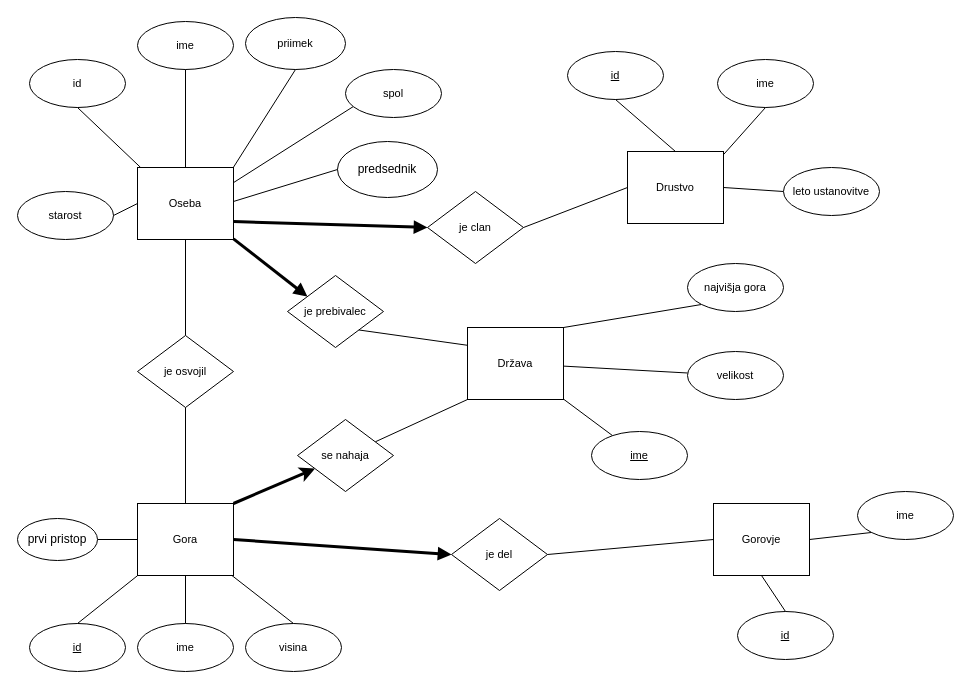
Before: Diagram/Pohodnistvo diagram.drawio in kokosinekm/Pohodnistvo, a draw.io diagram. Source tidied: cells renumbered, new cells numbered last; positions are measured from the earlier drawing's top-left corner, leaving out a move shared by most shapes. Both pictures are drawn from the tidied source at 100%, with x=0, y=0 at pixel (17, 17).
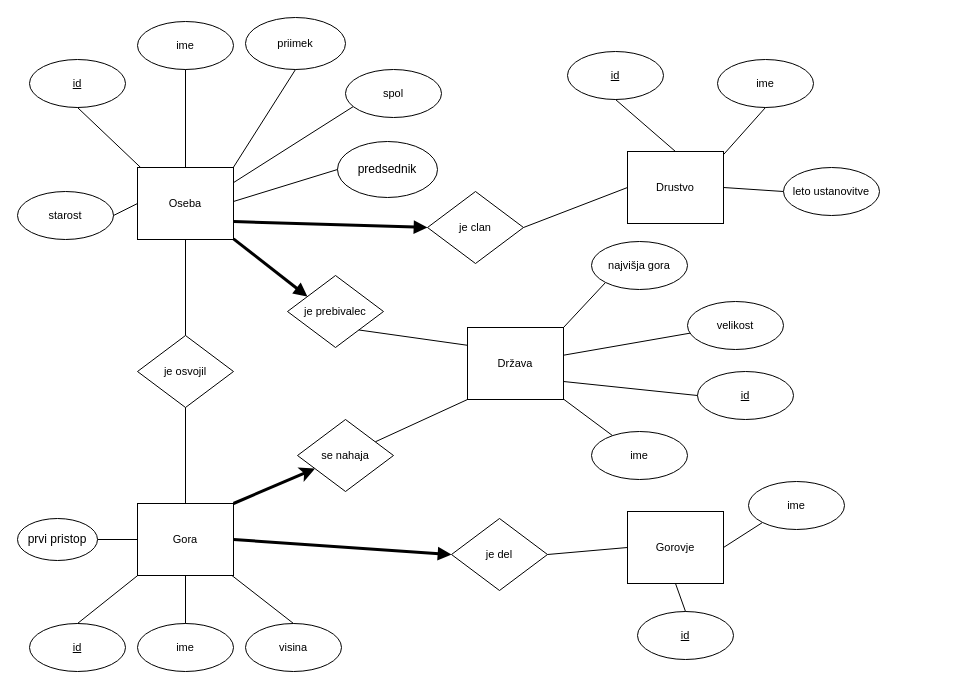
The same diagram, later.

Commit message (it also covers changes not shown here):
nove slikce

Unchanged cells that the change refers to:
```xml
<mxCell id="40" value="Država" style="html=1;whiteSpace=wrap;fontSize=11;fontColor=#000000;spacing=3;strokeOpacity=100;" parent="1" vertex="1">
  <mxGeometry x="450" y="310" width="96" height="72" as="geometry" />
</mxCell>
```

The edit, as a diff of the source:
```diff
@@
-    <mxCell id="3" value="id" style="html=1;whiteSpace=wrap;ellipse;fontSize=11;fontColor=#000000;spacing=3;strokeOpacity=100;" parent="1" vertex="1">
+    <mxCell id="3" value="&lt;u&gt;id&lt;/u&gt;" style="html=1;whiteSpace=wrap;ellipse;fontSize=11;fontColor=#000000;spacing=3;strokeOpacity=100;" parent="1" vertex="1">
       <mxGeometry x="12" y="42" width="96" height="48" as="geometry" />
     </mxCell>
@@
-    <mxCell id="30" style="rounded=0;jettySize=auto;html=1;exitX=1;exitY=0.25;exitDx=0;exitDy=0;entryX=0;entryY=1;entryDx=0;entryDy=0;strokeColor=none;" parent="1" edge="1" source="31">
+    <mxCell id="30" style="rounded=0;jettySize=auto;html=1;exitX=1;exitY=0.25;exitDx=0;exitDy=0;entryX=0;entryY=1;entryDx=0;entryDy=0;strokeColor=none;" parent="1" edge="1" source="35">
       <mxGeometry relative="1" as="geometry">
         <mxPoint x="866.1" y="467" as="targetPoint" />
       </mxGeometry>
     </mxCell>
     <mxCell id="31" value="Gorovje" style="html=1;whiteSpace=wrap;fontSize=11;fontColor=#000000;spacing=3;strokeOpacity=100;" parent="1" vertex="1">
-      <mxGeometry x="696" y="486" width="96" height="72" as="geometry" />
+      <mxGeometry x="610" y="494" width="96" height="72" as="geometry" />
     </mxCell>
@@
     <mxCell id="34" value="id" style="html=1;whiteSpace=wrap;ellipse;fontSize=11;fontColor=#000000;fontStyle=4;spacing=3;strokeOpacity=100;" parent="1" vertex="1">
-      <mxGeometry x="720" y="594" width="96" height="48" as="geometry" />
+      <mxGeometry x="620" y="594" width="96" height="48" as="geometry" />
     </mxCell>
-    <mxCell id="35" value="ime" style="html=1;whiteSpace=wrap;ellipse;fontSize=11;fontColor=#000000;spacing=3;strokeOpacity=100;" parent="1" vertex="1">
-      <mxGeometry x="840" y="474" width="96" height="48" as="geometry" />
-    </mxCell>
@@
     <mxCell id="49" value="najvišja gora" style="html=1;whiteSpace=wrap;ellipse;fontSize=11;fontColor=#000000;align=center;spacing=3;strokeOpacity=100;fillOpacity=100;fillColor=#ffffff;" parent="1" vertex="1">
-      <mxGeometry x="670" y="246" width="96" height="48" as="geometry" />
+      <mxGeometry x="574" y="224" width="96" height="48" as="geometry" />
     </mxCell>
@@
     <mxCell id="55" value="velikost" style="html=1;whiteSpace=wrap;ellipse;fontSize=11;fontColor=#000000;align=center;spacing=3;strokeOpacity=100;fillOpacity=100;fillColor=#ffffff;" parent="1" vertex="1">
-      <mxGeometry x="670" y="334" width="96" height="48" as="geometry" />
+      <mxGeometry x="670" y="284" width="96" height="48" as="geometry" />
     </mxCell>
@@
-    <mxCell id="57" value="&lt;u&gt;ime&lt;/u&gt;" style="html=1;whiteSpace=wrap;ellipse;fontSize=11;fontColor=#000000;align=center;spacing=3;strokeOpacity=100;fillOpacity=100;fillColor=#ffffff;" parent="1" vertex="1">
+    <mxCell id="57" value="ime" style="html=1;whiteSpace=wrap;ellipse;fontSize=11;fontColor=#000000;align=center;spacing=3;strokeOpacity=100;fillOpacity=100;fillColor=#ffffff;" parent="1" vertex="1">
       <mxGeometry x="574" y="414" width="96" height="48" as="geometry" />
     </mxCell>
@@
+    <mxCell id="60" value="id" style="html=1;whiteSpace=wrap;ellipse;fontSize=11;fontColor=#000000;fontStyle=4;spacing=3;strokeOpacity=100;" parent="1" vertex="1">
+      <mxGeometry x="680" y="354" width="96" height="48" as="geometry" />
+    </mxCell>
+    <mxCell id="61" style="endArrow=none;html=1;entryX=0;entryY=0.5;entryDx=0;entryDy=0;exitX=1;exitY=0.75;exitDx=0;exitDy=0;" parent="1" edge="1" source="40" target="60">
+      <mxGeometry relative="1" as="geometry" />
+    </mxCell>
+    <mxCell id="35" value="ime" style="html=1;whiteSpace=wrap;ellipse;fontSize=11;fontColor=#000000;spacing=3;strokeOpacity=100;" parent="1" vertex="1">
+      <mxGeometry x="731" y="464" width="96" height="48" as="geometry" />
+    </mxCell>
+    <mxCell id="62" style="rounded=0;jettySize=auto;html=1;exitX=1;exitY=0.25;exitDx=0;exitDy=0;entryX=0;entryY=1;entryDx=0;entryDy=0;strokeColor=none;" parent="1" edge="1" source="31" target="35">
+      <mxGeometry relative="1" as="geometry" />
+    </mxCell>
```
